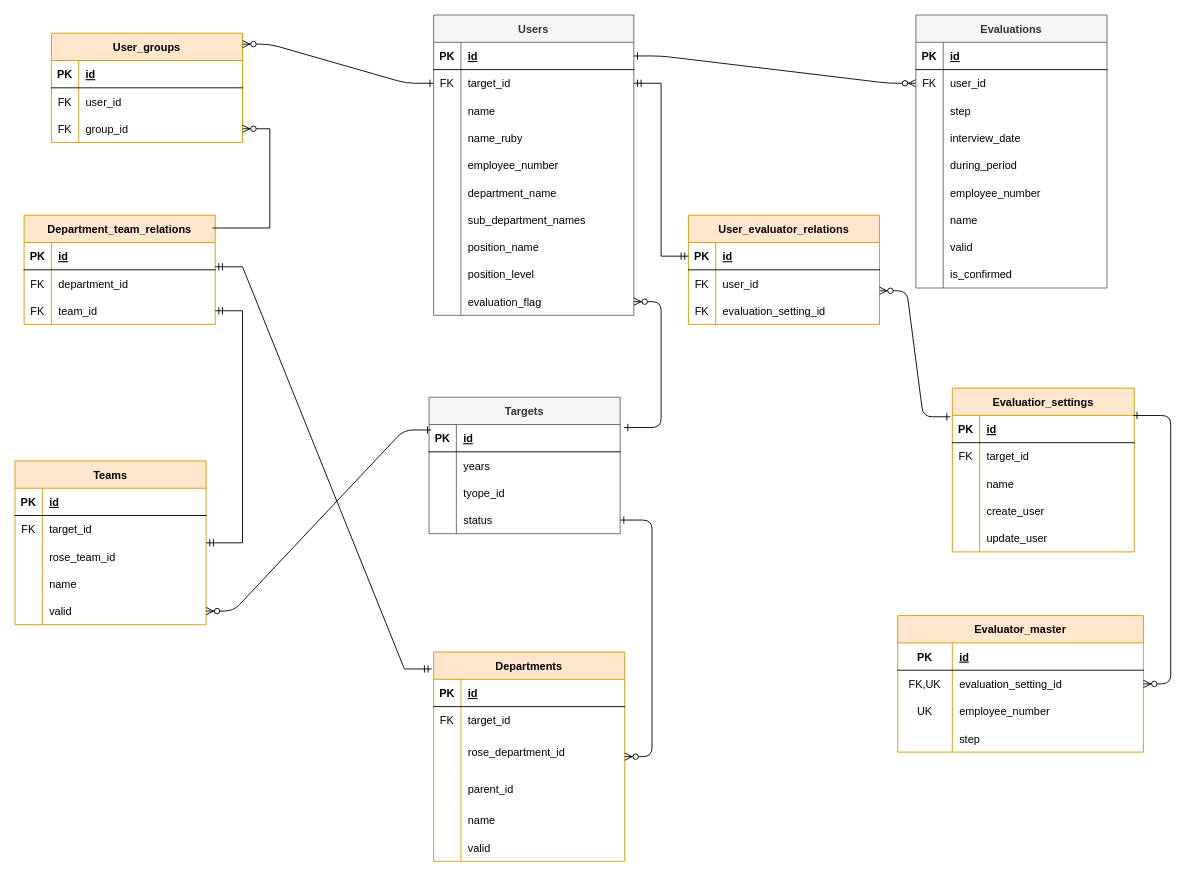
satohirok/twitter_clone_ER keeps this draw.io diagram as 名称未設定ファイル.drawio. Above is the earlier version. Source tidied: cells renumbered, new cells numbered last; positions are measured from the earlier drawing's top-left corner, leaving out a move shared by most shapes. Both pictures are drawn from the tidied source at 91%, with x=0, y=0 at pixel (-217, 15).
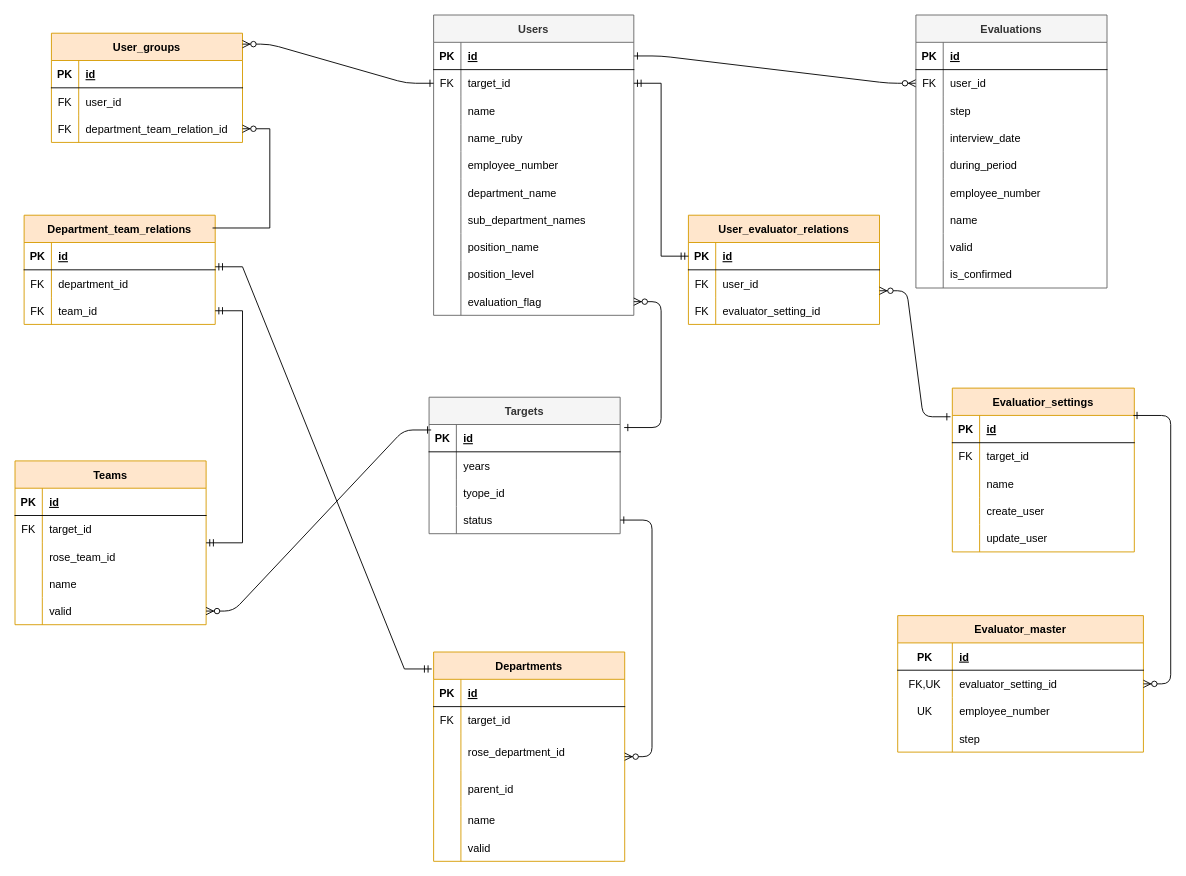
Above is the later version.

Commit message:
名称未設定ファイル.drawio を更新します

The change refers to these unchanged cells:
```xml
<mxCell id="38" style="shape=partialRectangle;fillColor=none;top=0;left=0;right=0;bottom=0;" parent="31" vertex="1">
  <mxGeometry y="90" width="210" height="30" as="geometry" />
</mxCell>
<mxCell id="92" style="shape=partialRectangle;fillColor=none;top=0;left=0;right=0;bottom=0;" parent="88" vertex="1">
  <mxGeometry y="60" width="270" height="30" as="geometry" />
</mxCell>
<mxCell id="108" style="shape=partialRectangle;fillColor=none;points=[[0,0.5],[1,0.5]];portConstraint=eastwest;top=0;left=0;right=0;bottom=0;" parent="101" vertex="1">
  <mxGeometry y="90" width="210" height="30" as="geometry" />
</mxCell>
```

Diff of the diagram source:
```diff
@@
-    <mxCell id="40" value="evaluation_setting_id" style="shape=partialRectangle;overflow=hidden;fillColor=none;top=0;left=0;bottom=0;right=0;align=left;spacingLeft=6;" parent="38" vertex="1">
+    <mxCell id="40" value="evaluator_setting_id" style="shape=partialRectangle;overflow=hidden;fillColor=none;top=0;left=0;bottom=0;right=0;align=left;spacingLeft=6;" parent="38" vertex="1">
       <mxGeometry x="30" width="180" height="30" as="geometry" />
     </mxCell>
@@
-    <mxCell id="94" value="evaluation_setting_id" style="shape=partialRectangle;overflow=hidden;fillColor=none;top=0;left=0;bottom=0;right=0;align=left;spacingLeft=6;" parent="92" vertex="1">
+    <mxCell id="94" value="evaluator_setting_id" style="shape=partialRectangle;overflow=hidden;fillColor=none;top=0;left=0;bottom=0;right=0;align=left;spacingLeft=6;" parent="92" vertex="1">
       <mxGeometry x="60" width="210" height="30" as="geometry" />
     </mxCell>
@@
-    <mxCell id="110" value="group_id" style="shape=partialRectangle;overflow=hidden;fillColor=none;top=0;left=0;bottom=0;right=0;align=left;spacingLeft=6;" parent="108" vertex="1">
+    <mxCell id="110" value="department_team_relation_id" style="shape=partialRectangle;overflow=hidden;fillColor=none;top=0;left=0;bottom=0;right=0;align=left;spacingLeft=6;" parent="108" vertex="1">
       <mxGeometry x="30" width="180" height="30" as="geometry" />
     </mxCell>
```
